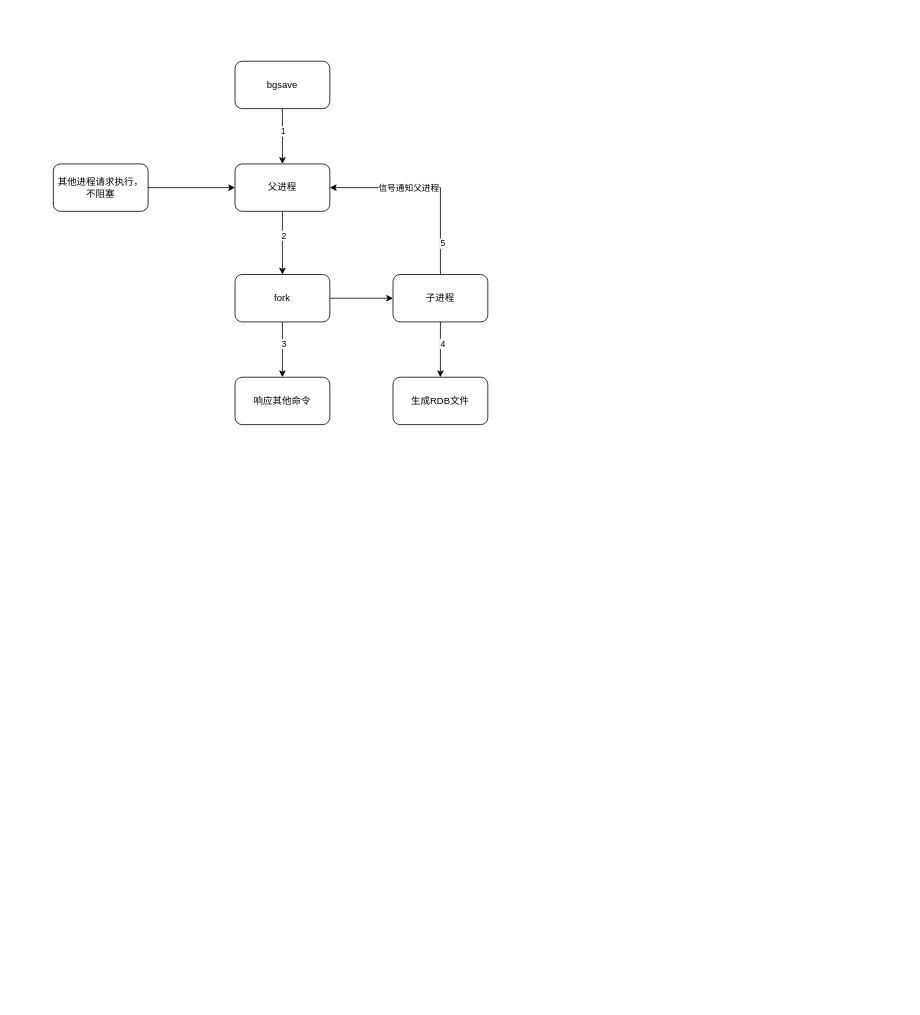
linbingxing/mind keeps this draw.io diagram as Redis.drawio. Above is the earlier version. Source tidied: cells renumbered, new cells numbered last; positions are measured from the earlier drawing's top-left corner, leaving out a move shared by most shapes. Both pictures are drawn from the tidied source at 79%, with x=0, y=0 at pixel (53, 61).
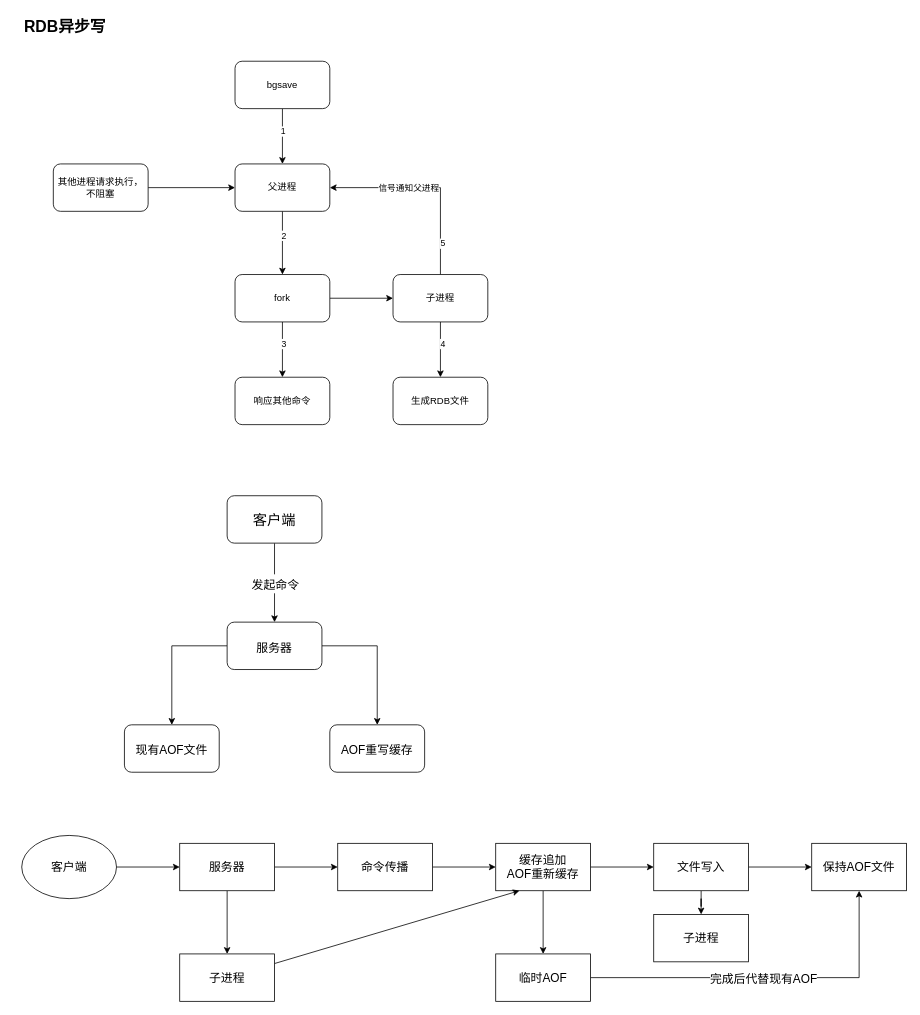
The same diagram, later.

Diff of the diagram source:
```diff
@@
+    <mxCell id="22" value="&lt;b&gt;&lt;font style=&quot;font-size: 20px&quot;&gt;RDB异步写&lt;/font&gt;&lt;/b&gt;" style="text;html=1;strokeColor=none;fillColor=none;align=center;verticalAlign=middle;whiteSpace=wrap;rounded=0;" parent="1" vertex="1">
+      <mxGeometry x="-50" y="-60" width="130" height="30" as="geometry" />
+    </mxCell>
+    <mxCell id="23" style="edgeStyle=orthogonalEdgeStyle;rounded=0;jettySize=auto;html=1;fontSize=20;" parent="1" edge="1" source="25" target="28">
+      <mxGeometry relative="1" as="geometry" />
+    </mxCell>
+    <mxCell id="24" value="&lt;font style=&quot;font-size: 15px&quot;&gt;发起命令&lt;/font&gt;" style="edgeLabel;html=1;align=center;verticalAlign=middle;fontSize=20;" parent="23" vertex="1">
+      <mxGeometry x="-0.23" y="1" relative="1" as="geometry">
+        <mxPoint x="-1" y="11" as="offset" />
+      </mxGeometry>
+    </mxCell>
+    <mxCell id="25" value="&lt;font style=&quot;font-size: 18px&quot;&gt;客户端&lt;/font&gt;" style="rounded=1;whiteSpace=wrap;html=1;fontSize=20;" parent="1" vertex="1">
+      <mxGeometry x="220" y="550" width="120" height="60" as="geometry" />
+    </mxCell>
+    <mxCell id="26" style="edgeStyle=orthogonalEdgeStyle;rounded=0;jettySize=auto;html=1;fontSize=15;" parent="1" edge="1" source="28" target="29">
+      <mxGeometry relative="1" as="geometry" />
+    </mxCell>
+    <mxCell id="27" style="edgeStyle=orthogonalEdgeStyle;rounded=0;jettySize=auto;html=1;fontSize=15;" parent="1" edge="1" source="28" target="30">
+      <mxGeometry relative="1" as="geometry" />
+    </mxCell>
+    <mxCell id="28" value="&lt;font style=&quot;font-size: 15px&quot;&gt;服务器&lt;/font&gt;" style="whiteSpace=wrap;html=1;fontSize=20;rounded=1;" parent="1" vertex="1">
+      <mxGeometry x="220" y="710" width="120" height="60" as="geometry" />
+    </mxCell>
+    <mxCell id="29" value="&lt;font style=&quot;font-size: 15px&quot;&gt;现有AOF文件&lt;/font&gt;" style="whiteSpace=wrap;html=1;fontSize=20;rounded=1;" parent="1" vertex="1">
+      <mxGeometry x="90" y="840" width="120" height="60" as="geometry" />
+    </mxCell>
+    <mxCell id="30" value="&lt;font style=&quot;font-size: 15px&quot;&gt;AOF重写缓存&lt;/font&gt;" style="whiteSpace=wrap;html=1;fontSize=20;rounded=1;" parent="1" vertex="1">
+      <mxGeometry x="350" y="840" width="120" height="60" as="geometry" />
+    </mxCell>
+    <mxCell id="31" style="edgeStyle=orthogonalEdgeStyle;rounded=0;jettySize=auto;html=1;fontSize=15;" parent="1" edge="1" source="32" target="35">
+      <mxGeometry relative="1" as="geometry" />
+    </mxCell>
+    <mxCell id="32" value="客户端" style="ellipse;whiteSpace=wrap;html=1;fontSize=15;" parent="1" vertex="1">
+      <mxGeometry x="-40" y="980" width="120" height="80" as="geometry" />
+    </mxCell>
+    <mxCell id="33" style="edgeStyle=orthogonalEdgeStyle;rounded=0;jettySize=auto;html=1;fontSize=15;" parent="1" edge="1" source="35" target="37">
+      <mxGeometry relative="1" as="geometry" />
+    </mxCell>
+    <mxCell id="34" style="edgeStyle=orthogonalEdgeStyle;rounded=0;jettySize=auto;html=1;fontSize=15;" parent="1" edge="1" source="35" target="46">
+      <mxGeometry relative="1" as="geometry" />
+    </mxCell>
+    <mxCell id="35" value="服务器" style="whiteSpace=wrap;html=1;fontSize=15;" parent="1" vertex="1">
+      <mxGeometry x="160" y="990" width="120" height="60" as="geometry" />
+    </mxCell>
+    <mxCell id="36" style="edgeStyle=orthogonalEdgeStyle;rounded=0;jettySize=auto;html=1;fontSize=15;" parent="1" edge="1" source="37" target="40">
+      <mxGeometry relative="1" as="geometry" />
+    </mxCell>
+    <mxCell id="37" value="命令传播" style="whiteSpace=wrap;html=1;fontSize=15;" parent="1" vertex="1">
+      <mxGeometry x="360" y="990" width="120" height="60" as="geometry" />
+    </mxCell>
+    <mxCell id="38" style="edgeStyle=orthogonalEdgeStyle;rounded=0;jettySize=auto;html=1;fontSize=15;" parent="1" edge="1" source="40" target="43">
+      <mxGeometry relative="1" as="geometry" />
+    </mxCell>
+    <mxCell id="39" style="edgeStyle=none;rounded=0;jettySize=auto;html=1;fontSize=15;" parent="1" edge="1" source="40" target="49">
+      <mxGeometry relative="1" as="geometry" />
+    </mxCell>
+    <mxCell id="40" value="缓存追加&lt;br&gt;AOF重新缓存" style="whiteSpace=wrap;html=1;fontSize=15;" parent="1" vertex="1">
+      <mxGeometry x="560" y="990" width="120" height="60" as="geometry" />
+    </mxCell>
+    <mxCell id="41" style="edgeStyle=orthogonalEdgeStyle;rounded=0;jettySize=auto;html=1;fontSize=15;" parent="1" edge="1" source="43" target="44">
+      <mxGeometry relative="1" as="geometry" />
+    </mxCell>
+    <mxCell id="42" style="edgeStyle=orthogonalEdgeStyle;rounded=0;jettySize=auto;html=1;fontSize=15;" parent="1" edge="1" source="43" target="50">
+      <mxGeometry relative="1" as="geometry" />
+    </mxCell>
+    <mxCell id="43" value="文件写入" style="whiteSpace=wrap;html=1;fontSize=15;" parent="1" vertex="1">
+      <mxGeometry x="760" y="990" width="120" height="60" as="geometry" />
+    </mxCell>
+    <mxCell id="44" value="保持AOF文件&lt;br&gt;" style="whiteSpace=wrap;html=1;fontSize=15;" parent="1" vertex="1">
+      <mxGeometry x="960" y="990" width="120" height="60" as="geometry" />
+    </mxCell>
+    <mxCell id="45" style="rounded=0;jettySize=auto;html=1;entryX=0.25;entryY=1;entryDx=0;entryDy=0;fontSize=15;" parent="1" edge="1" source="46" target="40">
+      <mxGeometry relative="1" as="geometry" />
+    </mxCell>
+    <mxCell id="46" value="子进程" style="whiteSpace=wrap;html=1;fontSize=15;" parent="1" vertex="1">
+      <mxGeometry x="160" y="1130" width="120" height="60" as="geometry" />
+    </mxCell>
+    <mxCell id="47" style="edgeStyle=orthogonalEdgeStyle;rounded=0;jettySize=auto;html=1;entryX=0.5;entryY=1;entryDx=0;entryDy=0;fontSize=15;" parent="1" edge="1" source="49" target="44">
+      <mxGeometry relative="1" as="geometry" />
+    </mxCell>
+    <mxCell id="48" value="完成后代替现有AOF" style="edgeLabel;html=1;align=center;verticalAlign=middle;fontSize=15;" parent="47" vertex="1">
+      <mxGeometry x="-0.03" relative="1" as="geometry" />
+    </mxCell>
+    <mxCell id="49" value="临时AOF" style="whiteSpace=wrap;html=1;fontSize=15;" parent="1" vertex="1">
+      <mxGeometry x="560" y="1130" width="120" height="60" as="geometry" />
+    </mxCell>
+    <mxCell id="50" value="子进程" style="whiteSpace=wrap;html=1;fontSize=15;" parent="1" vertex="1">
+      <mxGeometry x="760" y="1080" width="120" height="60" as="geometry" />
+    </mxCell>
```
